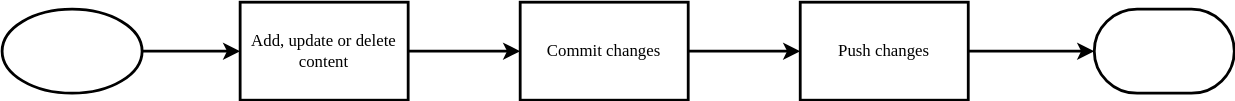
Netbeheer-Nederland/doc-documentation-manual keeps this draw.io diagram as modules/ROOT/images/proc_working_on_draft.drawio.svg. Above is the earlier version. Source tidied: cells renumbered, new cells last; positions are measured from the earlier drawing's top-left corner, leaving out a move shared by most shapes. Source of this version:
```xml
<mxGraphModel>
  <root>
    <mxCell id="0" />
    <mxCell id="1" parent="0" />
    <mxCell id="2" style="edgeStyle=orthogonalEdgeStyle;rounded=0;jettySize=auto;html=1;strokeWidth=2;labelBackgroundColor=none;entryX=0;entryY=0.5;entryDx=0;entryDy=0;" parent="1" edge="1" source="3" target="5">
      <mxGeometry relative="1" as="geometry" />
    </mxCell>
    <mxCell id="3" style="strokeWidth=2;html=1;shape=mxgraph.flowchart.start_1;whiteSpace=wrap;rounded=0;fontFamily=Verdana;" parent="1" vertex="1">
      <mxGeometry y="5" width="100" height="60" as="geometry" />
    </mxCell>
    <mxCell id="4" style="edgeStyle=orthogonalEdgeStyle;rounded=0;jettySize=auto;html=1;strokeWidth=2;labelBackgroundColor=none;" parent="1" edge="1" source="5" target="8">
      <mxGeometry relative="1" as="geometry" />
    </mxCell>
    <mxCell id="5" value="Add, update or delete content" style="rounded=0;whiteSpace=wrap;html=1;absoluteArcSize=1;arcSize=14;strokeWidth=2;fontFamily=Verdana;" parent="1" vertex="1">
      <mxGeometry x="170" width="120" height="70" as="geometry" />
    </mxCell>
    <mxCell id="6" style="strokeWidth=2;html=1;shape=mxgraph.flowchart.terminator;whiteSpace=wrap;hachureGap=4;fontFamily=Verdana;" parent="1" vertex="1">
      <mxGeometry x="780" y="5" width="100" height="60" as="geometry" />
    </mxCell>
    <mxCell id="7" style="edgeStyle=orthogonalEdgeStyle;rounded=0;jettySize=auto;html=1;strokeWidth=2;labelBackgroundColor=none;" parent="1" edge="1" source="8" target="10">
      <mxGeometry relative="1" as="geometry" />
    </mxCell>
    <mxCell id="8" value="Commit changes" style="rounded=0;whiteSpace=wrap;html=1;absoluteArcSize=1;arcSize=14;strokeWidth=2;fontFamily=Verdana;" parent="1" vertex="1">
      <mxGeometry x="370" width="120" height="70" as="geometry" />
    </mxCell>
    <mxCell id="9" style="edgeStyle=orthogonalEdgeStyle;rounded=0;jettySize=auto;html=1;strokeWidth=2;labelBackgroundColor=none;entryX=0;entryY=0.5;entryDx=0;entryDy=0;entryPerimeter=0;" parent="1" edge="1" source="10" target="6">
      <mxGeometry relative="1" as="geometry" />
    </mxCell>
    <mxCell id="10" value="Push changes" style="rounded=0;whiteSpace=wrap;html=1;absoluteArcSize=1;arcSize=14;strokeWidth=2;fontFamily=Verdana;" parent="1" vertex="1">
      <mxGeometry x="570" width="120" height="70" as="geometry" />
    </mxCell>
  </root>
</mxGraphModel>
```
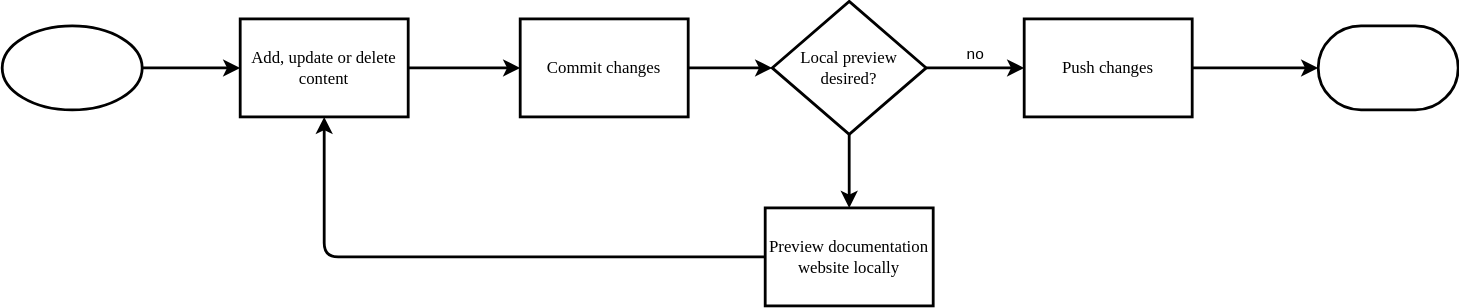
Later version of the same file.

Commit message:
Local preview added to process diagram and outline

Diff of the diagram source:
```diff
@@ -15,11 +15,11 @@
       <mxGeometry x="170" width="120" height="70" as="geometry" />
     </mxCell>
     <mxCell id="6" style="strokeWidth=2;html=1;shape=mxgraph.flowchart.terminator;whiteSpace=wrap;hachureGap=4;fontFamily=Verdana;" parent="1" vertex="1">
-      <mxGeometry x="780" y="5" width="100" height="60" as="geometry" />
+      <mxGeometry x="940" y="5" width="100" height="60" as="geometry" />
     </mxCell>
-    <mxCell id="7" style="edgeStyle=orthogonalEdgeStyle;rounded=0;jettySize=auto;html=1;strokeWidth=2;labelBackgroundColor=none;" parent="1" edge="1" source="8" target="10">
-      <mxGeometry relative="1" as="geometry" />
-    </mxCell>
+    <mxCell id="11" style="edgeStyle=orthogonalEdgeStyle;rounded=0;jettySize=auto;html=1;exitX=1;exitY=0.5;exitDx=0;exitDy=0;entryX=0;entryY=0.5;entryDx=0;entryDy=0;entryPerimeter=0;strokeWidth=2;" parent="1" edge="1" source="8" target="14">
+      <mxGeometry relative="1" as="geometry" />
+    </mxCell>
     <mxCell id="8" value="Commit changes" style="rounded=0;whiteSpace=wrap;html=1;absoluteArcSize=1;arcSize=14;strokeWidth=2;fontFamily=Verdana;" parent="1" vertex="1">
       <mxGeometry x="370" width="120" height="70" as="geometry" />
     </mxCell>
@@ -27,7 +27,22 @@
       <mxGeometry relative="1" as="geometry" />
     </mxCell>
     <mxCell id="10" value="Push changes" style="rounded=0;whiteSpace=wrap;html=1;absoluteArcSize=1;arcSize=14;strokeWidth=2;fontFamily=Verdana;" parent="1" vertex="1">
-      <mxGeometry x="570" width="120" height="70" as="geometry" />
+      <mxGeometry x="730" width="120" height="70" as="geometry" />
     </mxCell>
+    <mxCell id="12" value="no" style="edgeStyle=orthogonalEdgeStyle;rounded=0;jettySize=auto;html=1;strokeWidth=2;labelBackgroundColor=none;spacingBottom=20;" parent="1" edge="1" source="14" target="10">
+      <mxGeometry relative="1" as="geometry" />
+    </mxCell>
+    <mxCell id="13" style="edgeStyle=orthogonalEdgeStyle;rounded=0;jettySize=auto;html=1;labelBackgroundColor=none;strokeWidth=2;" parent="1" edge="1" source="14" target="16">
+      <mxGeometry relative="1" as="geometry" />
+    </mxCell>
+    <mxCell id="14" value="Local preview desired?" style="strokeWidth=2;html=1;shape=mxgraph.flowchart.decision;whiteSpace=wrap;strokeColor=#000000;fontFamily=Verdana;" parent="1" vertex="1">
+      <mxGeometry x="550" y="-12.5" width="110" height="95" as="geometry" />
+    </mxCell>
+    <mxCell id="15" style="edgeStyle=orthogonalEdgeStyle;rounded=1;jettySize=auto;html=1;entryX=0.5;entryY=1;entryDx=0;entryDy=0;labelBackgroundColor=none;strokeWidth=2;" parent="1" edge="1" source="16" target="5">
+      <mxGeometry relative="1" as="geometry" />
+    </mxCell>
+    <mxCell id="16" value="Preview documentation website locally" style="rounded=0;whiteSpace=wrap;html=1;absoluteArcSize=1;arcSize=14;strokeWidth=2;fontFamily=Verdana;" parent="1" vertex="1">
+      <mxGeometry x="545" y="135" width="120" height="70" as="geometry" />
+    </mxCell>
   </root>
 </mxGraphModel>
```
